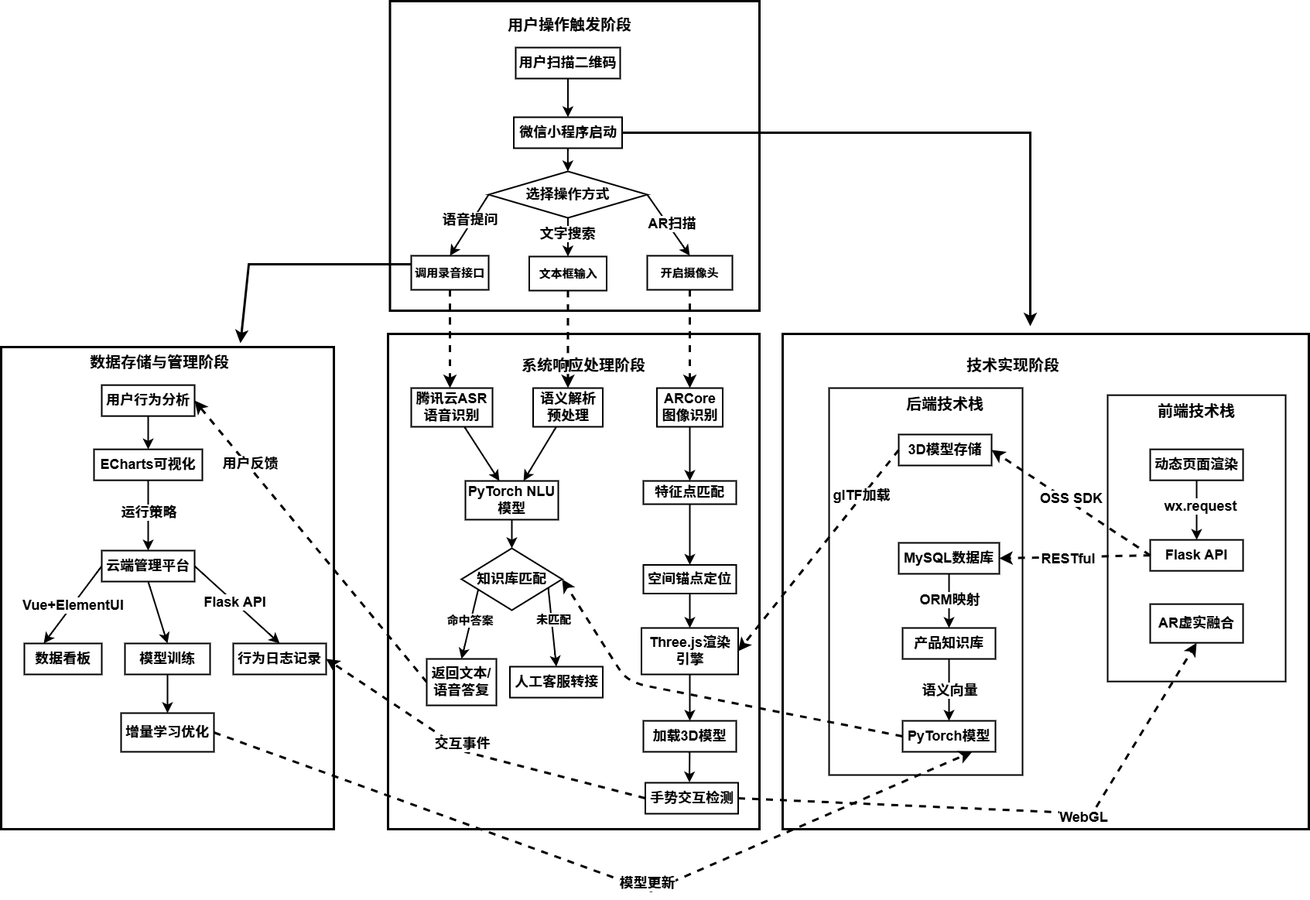
This is 技术路线图2.drawio.png from lpy817/-AI-, a draw.io export, as it was before one commit. Source tidied: cells renumbered, new cells last; positions are measured from the earlier drawing's top-left corner, leaving out a move shared by most shapes.
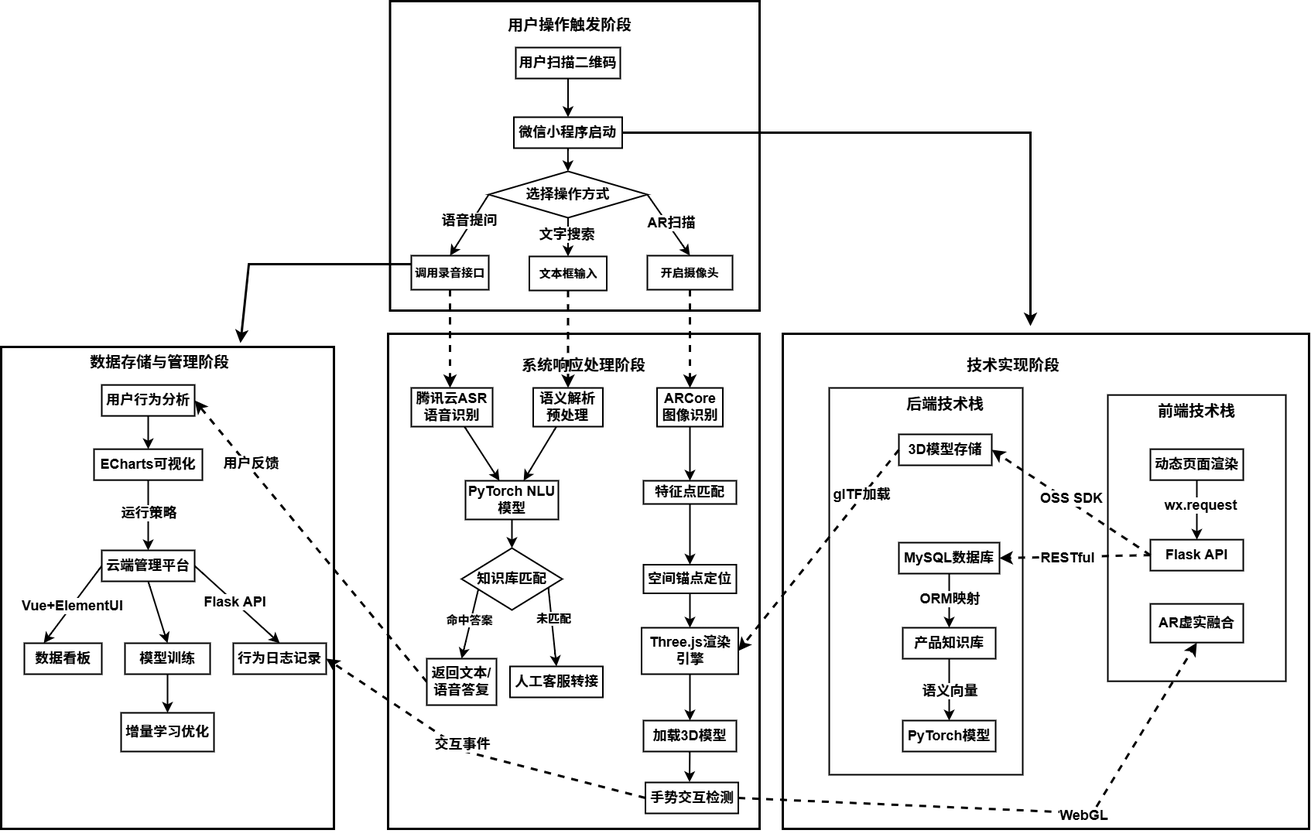
The same diagram one commit later.

Commit message:
更新技术路线图2.drawio.png

Change to the diagram source:
```diff
@@ -274,15 +274,6 @@
     <mxCell id="82" value="&lt;b&gt;&lt;font style=&quot;font-size: 18px;&quot;&gt;产品知识库&lt;/font&gt;&lt;/b&gt;" style="rounded=0;whiteSpace=wrap;html=1;strokeColor=default;align=center;verticalAlign=middle;fontFamily=Helvetica;fontSize=12;fontColor=default;fillColor=default;strokeWidth=2;" parent="1" vertex="1">
       <mxGeometry x="1165" y="810" width="120" height="40" as="geometry" />
     </mxCell>
-    <mxCell id="83" style="edgeStyle=none;curved=1;rounded=0;jettySize=auto;html=1;exitX=0;exitY=0.5;exitDx=0;exitDy=0;entryX=1;entryY=0.5;entryDx=0;entryDy=0;fontFamily=Helvetica;fontSize=12;fontColor=default;startSize=8;endSize=8;dashed=1;strokeWidth=3;" parent="1" edge="1" source="84" target="38">
-      <mxGeometry relative="1" as="geometry">
-        <Array as="points">
-          <mxPoint x="860" y="890" />
-          <mxPoint x="810" y="880" />
-          <mxPoint x="790" y="850" />
-        </Array>
-      </mxGeometry>
-    </mxCell>
     <mxCell id="84" value="&lt;b&gt;&lt;font style=&quot;font-size: 18px;&quot;&gt;PyTorch模型&lt;/font&gt;&lt;/b&gt;" style="rounded=0;whiteSpace=wrap;html=1;strokeColor=default;align=center;verticalAlign=middle;fontFamily=Helvetica;fontSize=12;fontColor=default;fillColor=default;strokeWidth=2;" parent="1" vertex="1">
       <mxGeometry x="1165" y="930" width="120" height="40" as="geometry" />
     </mxCell>
@@ -338,18 +329,6 @@
     <mxCell id="100" value="&lt;b&gt;&lt;font style=&quot;font-size: 18px;&quot;&gt;行为日志记录&lt;/font&gt;&lt;/b&gt;" style="rounded=0;whiteSpace=wrap;html=1;strokeColor=default;align=center;verticalAlign=middle;fontFamily=Helvetica;fontSize=12;fontColor=default;fillColor=default;strokeWidth=2;" parent="1" vertex="1">
       <mxGeometry x="300" y="830" width="120" height="40" as="geometry" />
     </mxCell>
-    <mxCell id="101" style="edgeStyle=none;curved=0;rounded=0;jettySize=auto;html=1;exitX=1;exitY=0.5;exitDx=0;exitDy=0;entryX=0.75;entryY=1;entryDx=0;entryDy=0;fontFamily=Helvetica;fontSize=12;fontColor=default;startSize=8;endSize=8;strokeWidth=3;dashed=1;" parent="1" edge="1" source="103" target="84">
-      <mxGeometry relative="1" as="geometry">
-        <Array as="points">
-          <mxPoint x="840" y="1150" />
-        </Array>
-      </mxGeometry>
-    </mxCell>
-    <mxCell id="102" value="&lt;b&gt;&lt;font style=&quot;font-size: 18px;&quot;&gt;模型更新&lt;/font&gt;&lt;/b&gt;" style="edgeLabel;html=1;align=center;verticalAlign=middle;fontSize=12;rounded=0;strokeColor=default;fontFamily=Helvetica;fontColor=default;fillColor=default;" parent="101" vertex="1">
-      <mxGeometry x="-0.06" y="2" relative="1" as="geometry">
-        <mxPoint x="95" y="28" as="offset" />
-      </mxGeometry>
-    </mxCell>
     <mxCell id="103" value="&lt;b&gt;&lt;font style=&quot;font-size: 18px;&quot;&gt;增量学习优化&lt;/font&gt;&lt;/b&gt;" style="rounded=0;whiteSpace=wrap;html=1;strokeColor=default;align=center;verticalAlign=middle;fontFamily=Helvetica;fontSize=12;fontColor=default;fillColor=default;strokeWidth=2;" parent="1" vertex="1">
       <mxGeometry x="155" y="920" width="120" height="50" as="geometry" />
     </mxCell>
```
